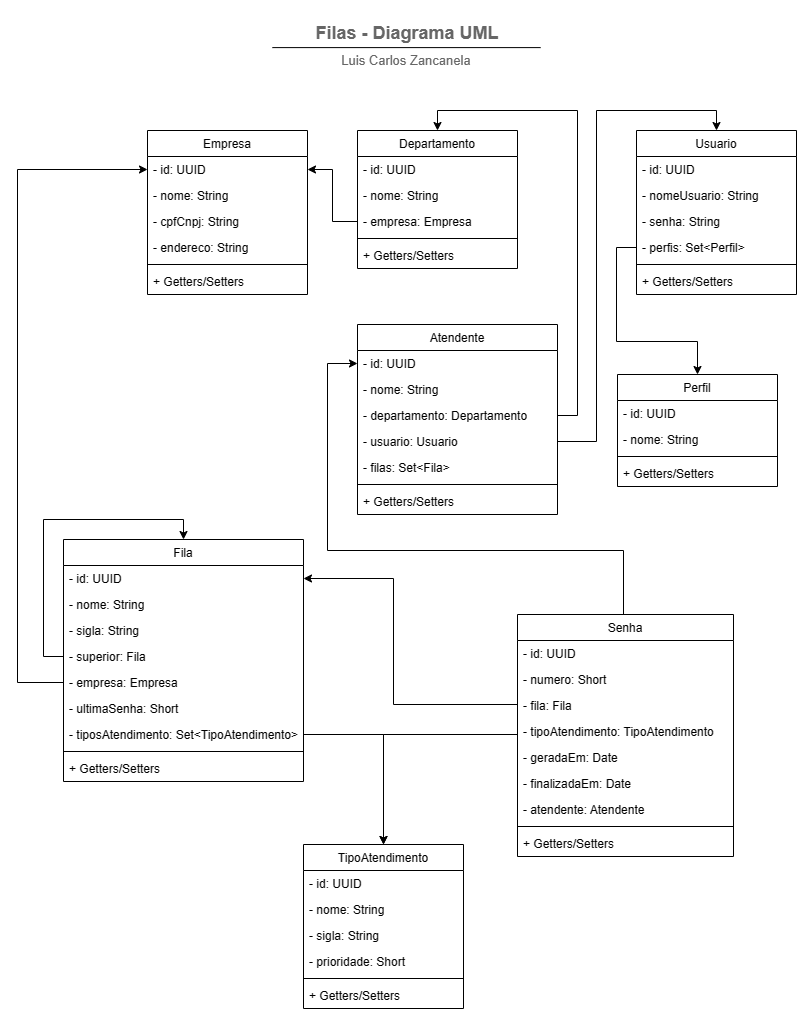
The draw.io diagram docs/uml-diagram.drawio.png in didifive/queue-service-api, before a commit. Source tidied: cells renumbered, new cells last; positions are measured from the earlier drawing's top-left corner, leaving out a move shared by most shapes.
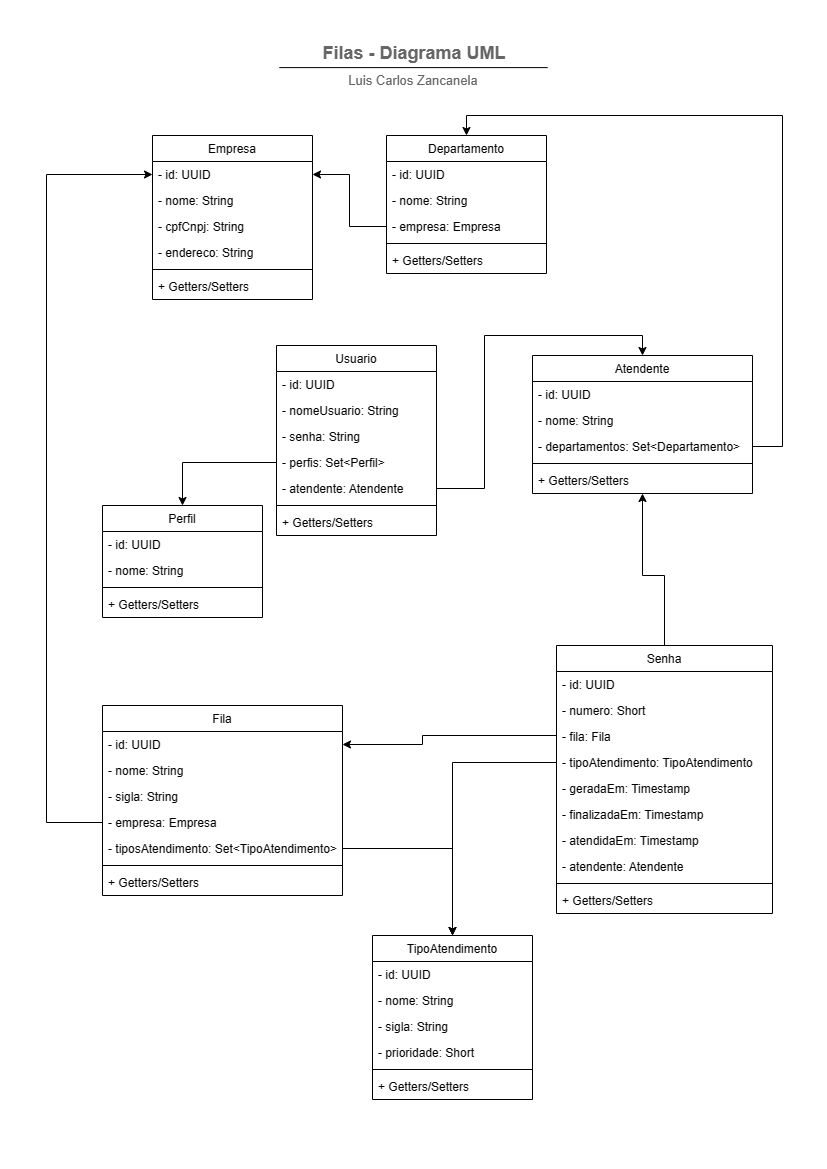
After the commit.

What changed in the source:
```diff
@@ -3,7 +3,7 @@
     <mxCell id="0" />
     <mxCell id="1" parent="0" />
     <mxCell id="2" value="Empresa" style="swimlane;fontStyle=0;align=center;verticalAlign=top;horizontal=1;startSize=26;rounded=0;shadow=0;strokeWidth=1;" parent="1" vertex="1">
-      <mxGeometry x="130" y="120" width="160" height="164" as="geometry" />
+      <mxGeometry x="128" y="105" width="160" height="164" as="geometry" />
     </mxCell>
     <mxCell id="3" value="- id: UUID" style="text;align=left;verticalAlign=top;spacingLeft=4;spacingRight=4;overflow=hidden;points=[[0,0.5],[1,0.5]];portConstraint=eastwest;" parent="2" vertex="1">
       <mxGeometry y="26" width="160" height="26" as="geometry" />
@@ -26,13 +26,13 @@
     <mxCell id="9" style="edgeStyle=orthogonalEdgeStyle;rounded=0;jettySize=auto;html=1;entryX=0;entryY=0.5;entryDx=0;entryDy=0;exitX=0;exitY=0.5;exitDx=0;exitDy=0;" parent="1" edge="1" source="16" target="3">
       <mxGeometry relative="1" as="geometry">
         <Array as="points">
-          <mxPoint y="672" />
-          <mxPoint y="159" />
+          <mxPoint x="22" y="792" />
+          <mxPoint x="22" y="144" />
         </Array>
       </mxGeometry>
     </mxCell>
     <mxCell id="10" value="Fila" style="swimlane;fontStyle=0;align=center;verticalAlign=top;horizontal=1;startSize=26;rounded=0;shadow=0;strokeWidth=1;" parent="1" vertex="1">
-      <mxGeometry x="46" y="529" width="240" height="242" as="geometry" />
+      <mxGeometry x="78" y="675" width="240" height="190" as="geometry" />
     </mxCell>
     <mxCell id="11" value="- id: UUID" style="text;align=left;verticalAlign=top;spacingLeft=4;spacingRight=4;overflow=hidden;points=[[0,0.5],[1,0.5]];portConstraint=eastwest;" parent="10" vertex="1">
       <mxGeometry y="26" width="240" height="26" as="geometry" />
@@ -43,45 +43,28 @@
     <mxCell id="13" value="- sigla: String" style="text;align=left;verticalAlign=top;spacingLeft=4;spacingRight=4;overflow=hidden;rounded=0;shadow=0;html=0;" parent="10" vertex="1">
       <mxGeometry y="78" width="240" height="26" as="geometry" />
     </mxCell>
-    <mxCell id="14" style="edgeStyle=orthogonalEdgeStyle;rounded=0;jettySize=auto;html=1;entryX=0.5;entryY=0;entryDx=0;entryDy=0;" parent="10" edge="1" source="15" target="10">
-      <mxGeometry relative="1" as="geometry">
-        <Array as="points">
-          <mxPoint x="-20" y="117" />
-          <mxPoint x="-20" y="-20" />
-          <mxPoint x="120" y="-20" />
-        </Array>
-      </mxGeometry>
-    </mxCell>
-    <mxCell id="15" value="- superior: Fila" style="text;align=left;verticalAlign=top;spacingLeft=4;spacingRight=4;overflow=hidden;points=[[0,0.5],[1,0.5]];portConstraint=eastwest;rounded=0;shadow=0;html=0;" parent="10" vertex="1">
-      <mxGeometry y="104" width="240" height="26" as="geometry" />
-    </mxCell>
     <mxCell id="16" value="- empresa: Empresa" style="text;align=left;verticalAlign=top;spacingLeft=4;spacingRight=4;overflow=hidden;points=[[0,0.5],[1,0.5]];portConstraint=eastwest;rounded=0;shadow=0;html=0;" parent="10" vertex="1">
-      <mxGeometry y="130" width="240" height="26" as="geometry" />
+      <mxGeometry y="104" width="240" height="26" as="geometry" />
     </mxCell>
-    <mxCell id="17" value="- ultimaSenha: Short" style="text;align=left;verticalAlign=top;spacingLeft=4;spacingRight=4;overflow=hidden;rounded=0;shadow=0;html=0;" parent="10" vertex="1">
-      <mxGeometry y="156" width="240" height="26" as="geometry" />
-    </mxCell>
     <mxCell id="18" value="- tiposAtendimento: Set&lt;TipoAtendimento&gt;" style="text;align=left;verticalAlign=top;spacingLeft=4;spacingRight=4;overflow=hidden;points=[[0,0.5],[1,0.5]];portConstraint=eastwest;rounded=0;shadow=0;html=0;" parent="10" vertex="1">
-      <mxGeometry y="182" width="240" height="26" as="geometry" />
+      <mxGeometry y="130" width="240" height="26" as="geometry" />
     </mxCell>
     <mxCell id="19" style="line;html=1;strokeWidth=1;align=left;verticalAlign=middle;spacingTop=-1;spacingLeft=3;spacingRight=3;labelPosition=right;" parent="10" vertex="1">
-      <mxGeometry y="208" width="240" height="8" as="geometry" />
+      <mxGeometry y="156" width="240" height="8" as="geometry" />
     </mxCell>
     <mxCell id="20" value="+ Getters/Setters" style="text;align=left;verticalAlign=top;spacingLeft=4;spacingRight=4;overflow=hidden;rounded=0;shadow=0;html=0;" parent="10" vertex="1">
-      <mxGeometry y="216" width="240" height="26" as="geometry" />
+      <mxGeometry y="164" width="240" height="26" as="geometry" />
     </mxCell>
-    <mxCell id="21" style="edgeStyle=orthogonalEdgeStyle;rounded=0;jettySize=auto;html=1;entryX=0;entryY=0.5;entryDx=0;entryDy=0;exitX=0.5;exitY=0;exitDx=0;exitDy=0;" parent="1" edge="1" source="22" target="35">
+    <mxCell id="21" style="edgeStyle=orthogonalEdgeStyle;rounded=0;jettySize=auto;html=1;entryX=0.5;entryY=1;entryDx=0;entryDy=0;exitX=0.5;exitY=0;exitDx=0;exitDy=0;" parent="1" edge="1" source="22" target="34">
       <mxGeometry relative="1" as="geometry">
         <Array as="points">
-          <mxPoint x="606" y="614" />
-          <mxPoint x="606" y="540" />
-          <mxPoint x="310" y="540" />
-          <mxPoint x="310" y="353" />
+          <mxPoint x="640" y="545" />
+          <mxPoint x="618" y="545" />
         </Array>
       </mxGeometry>
     </mxCell>
     <mxCell id="22" value="Senha" style="swimlane;fontStyle=0;align=center;verticalAlign=top;horizontal=1;startSize=26;rounded=0;shadow=0;strokeWidth=1;" parent="1" vertex="1">
-      <mxGeometry x="500" y="604" width="216" height="242" as="geometry" />
+      <mxGeometry x="532" y="615" width="216" height="268" as="geometry" />
     </mxCell>
     <mxCell id="23" value="- id: UUID" style="text;align=left;verticalAlign=top;spacingLeft=4;spacingRight=4;overflow=hidden;" parent="22" vertex="1">
       <mxGeometry y="26" width="216" height="26" as="geometry" />
@@ -95,68 +78,44 @@
     <mxCell id="26" value="- tipoAtendimento: TipoAtendimento" style="text;align=left;verticalAlign=top;spacingLeft=4;spacingRight=4;overflow=hidden;points=[[0,0.5],[1,0.5]];portConstraint=eastwest;" parent="22" vertex="1">
       <mxGeometry y="104" width="216" height="26" as="geometry" />
     </mxCell>
-    <mxCell id="27" value="- geradaEm: Date" style="text;align=left;verticalAlign=top;spacingLeft=4;spacingRight=4;overflow=hidden;" parent="22" vertex="1">
+    <mxCell id="27" value="- geradaEm: Timestamp" style="text;align=left;verticalAlign=top;spacingLeft=4;spacingRight=4;overflow=hidden;" parent="22" vertex="1">
       <mxGeometry y="130" width="216" height="26" as="geometry" />
     </mxCell>
-    <mxCell id="28" value="- finalizadaEm: Date" style="text;align=left;verticalAlign=top;spacingLeft=4;spacingRight=4;overflow=hidden;" parent="22" vertex="1">
+    <mxCell id="28" value="- finalizadaEm: Timestamp" style="text;align=left;verticalAlign=top;spacingLeft=4;spacingRight=4;overflow=hidden;" parent="22" vertex="1">
       <mxGeometry y="156" width="216" height="26" as="geometry" />
     </mxCell>
+    <mxCell id="76" value="- atendidaEm: Timestamp" style="text;align=left;verticalAlign=top;spacingLeft=4;spacingRight=4;overflow=hidden;" parent="22" vertex="1">
+      <mxGeometry y="182" width="216" height="26" as="geometry" />
+    </mxCell>
     <mxCell id="29" value="- atendente: Atendente" style="text;align=left;verticalAlign=top;spacingLeft=4;spacingRight=4;overflow=hidden;" parent="22" vertex="1">
-      <mxGeometry y="182" width="216" height="26" as="geometry" />
+      <mxGeometry y="208" width="216" height="26" as="geometry" />
     </mxCell>
     <mxCell id="30" style="line;html=1;strokeWidth=1;align=left;verticalAlign=middle;spacingTop=-1;spacingLeft=3;spacingRight=3;labelPosition=right;" parent="22" vertex="1">
-      <mxGeometry y="208" width="216" height="8" as="geometry" />
+      <mxGeometry y="234" width="216" height="8" as="geometry" />
     </mxCell>
     <mxCell id="31" value="+ Getters/Setters" style="text;align=left;verticalAlign=top;spacingLeft=4;spacingRight=4;overflow=hidden;rounded=0;shadow=0;html=0;" parent="22" vertex="1">
-      <mxGeometry y="216" width="216" height="26" as="geometry" />
+      <mxGeometry y="242" width="216" height="26" as="geometry" />
     </mxCell>
-    <mxCell id="32" style="edgeStyle=orthogonalEdgeStyle;rounded=0;jettySize=auto;html=1;entryX=0.5;entryY=0;entryDx=0;entryDy=0;exitX=1;exitY=0.5;exitDx=0;exitDy=0;" parent="1" edge="1" source="38" target="43">
-      <mxGeometry relative="1" as="geometry">
-        <Array as="points">
-          <mxPoint x="579" y="431" />
-          <mxPoint x="579" y="100" />
-          <mxPoint x="699" y="100" />
-        </Array>
-      </mxGeometry>
-    </mxCell>
-    <mxCell id="33" style="edgeStyle=orthogonalEdgeStyle;rounded=0;jettySize=auto;html=1;entryX=0.5;entryY=0;entryDx=0;entryDy=0;exitX=1;exitY=0.5;exitDx=0;exitDy=0;" parent="1" edge="1" source="37" target="57">
-      <mxGeometry relative="1" as="geometry" />
-    </mxCell>
     <mxCell id="34" value="Atendente" style="swimlane;fontStyle=0;align=center;verticalAlign=top;horizontal=1;startSize=26;rounded=0;shadow=0;strokeWidth=1;" parent="1" vertex="1">
-      <mxGeometry x="340" y="314" width="200" height="190" as="geometry" />
+      <mxGeometry x="508" y="325" width="220" height="138" as="geometry" />
     </mxCell>
     <mxCell id="35" value="- id: UUID" style="text;align=left;verticalAlign=top;spacingLeft=4;spacingRight=4;overflow=hidden;points=[[0,0.5],[1,0.5]];portConstraint=eastwest;" parent="34" vertex="1">
-      <mxGeometry y="26" width="200" height="26" as="geometry" />
+      <mxGeometry y="26" width="220" height="26" as="geometry" />
     </mxCell>
     <mxCell id="36" value="- nome: String" style="text;align=left;verticalAlign=top;spacingLeft=4;spacingRight=4;overflow=hidden;" parent="34" vertex="1">
-      <mxGeometry y="52" width="200" height="26" as="geometry" />
+      <mxGeometry y="52" width="220" height="26" as="geometry" />
     </mxCell>
-    <mxCell id="37" value="- departamento: Departamento" style="text;align=left;verticalAlign=top;spacingLeft=4;spacingRight=4;overflow=hidden;points=[[0,0.5],[1,0.5]];portConstraint=eastwest;rounded=0;shadow=0;html=0;" parent="34" vertex="1">
-      <mxGeometry y="78" width="200" height="26" as="geometry" />
+    <mxCell id="37" value="- departamentos: Set&lt;Departamento&gt;" style="text;align=left;verticalAlign=top;spacingLeft=4;spacingRight=4;overflow=hidden;points=[[0,0.5],[1,0.5]];portConstraint=eastwest;rounded=0;shadow=0;html=0;" parent="34" vertex="1">
+      <mxGeometry y="78" width="220" height="26" as="geometry" />
     </mxCell>
-    <mxCell id="38" value="- usuario: Usuario" style="text;align=left;verticalAlign=top;spacingLeft=4;spacingRight=4;overflow=hidden;points=[[0,0.5],[1,0.5]];portConstraint=eastwest;rounded=0;shadow=0;html=0;" parent="34" vertex="1">
-      <mxGeometry y="104" width="200" height="26" as="geometry" />
-    </mxCell>
-    <mxCell id="39" value="- filas: Set&lt;Fila&gt;" style="text;align=left;verticalAlign=top;spacingLeft=4;spacingRight=4;overflow=hidden;rounded=0;shadow=0;html=0;" parent="34" vertex="1">
-      <mxGeometry y="130" width="200" height="26" as="geometry" />
-    </mxCell>
     <mxCell id="40" style="line;html=1;strokeWidth=1;align=left;verticalAlign=middle;spacingTop=-1;spacingLeft=3;spacingRight=3;labelPosition=right;" parent="34" vertex="1">
-      <mxGeometry y="156" width="200" height="8" as="geometry" />
+      <mxGeometry y="104" width="220" height="8" as="geometry" />
     </mxCell>
     <mxCell id="41" value="+ Getters/Setters" style="text;align=left;verticalAlign=top;spacingLeft=4;spacingRight=4;overflow=hidden;rounded=0;shadow=0;html=0;" parent="34" vertex="1">
-      <mxGeometry y="164" width="200" height="26" as="geometry" />
+      <mxGeometry y="112" width="220" height="26" as="geometry" />
     </mxCell>
-    <mxCell id="42" style="edgeStyle=orthogonalEdgeStyle;rounded=0;jettySize=auto;html=1;entryX=0.5;entryY=0;entryDx=0;entryDy=0;exitX=0;exitY=0.5;exitDx=0;exitDy=0;" parent="1" edge="1" source="47" target="50">
-      <mxGeometry relative="1" as="geometry">
-        <Array as="points">
-          <mxPoint x="599" y="237" />
-          <mxPoint x="599" y="331" />
-          <mxPoint x="680" y="331" />
-        </Array>
-      </mxGeometry>
-    </mxCell>
     <mxCell id="43" value="Usuario" style="swimlane;fontStyle=0;align=center;verticalAlign=top;horizontal=1;startSize=26;rounded=0;shadow=0;strokeWidth=1;" parent="1" vertex="1">
-      <mxGeometry x="619" y="120" width="160" height="164" as="geometry" />
+      <mxGeometry x="252" y="315" width="160" height="190" as="geometry" />
     </mxCell>
     <mxCell id="44" value="- id: UUID" style="text;align=left;verticalAlign=top;spacingLeft=4;spacingRight=4;overflow=hidden;" parent="43" vertex="1">
       <mxGeometry y="26" width="160" height="26" as="geometry" />
@@ -170,14 +129,17 @@
     <mxCell id="47" value="- perfis: Set&lt;Perfil&gt;" style="text;align=left;verticalAlign=top;spacingLeft=4;spacingRight=4;overflow=hidden;points=[[0,0.5],[1,0.5]];portConstraint=eastwest;rounded=0;shadow=0;html=0;" parent="43" vertex="1">
       <mxGeometry y="104" width="160" height="26" as="geometry" />
     </mxCell>
+    <mxCell id="77" value="- atendente: Atendente" style="text;align=left;verticalAlign=top;spacingLeft=4;spacingRight=4;overflow=hidden;points=[[0,0.5],[1,0.5]];portConstraint=eastwest;rounded=0;shadow=0;html=0;" parent="43" vertex="1">
+      <mxGeometry y="130" width="160" height="26" as="geometry" />
+    </mxCell>
     <mxCell id="48" style="line;html=1;strokeWidth=1;align=left;verticalAlign=middle;spacingTop=-1;spacingLeft=3;spacingRight=3;labelPosition=right;" parent="43" vertex="1">
-      <mxGeometry y="130" width="160" height="8" as="geometry" />
+      <mxGeometry y="156" width="160" height="8" as="geometry" />
     </mxCell>
     <mxCell id="49" value="+ Getters/Setters" style="text;align=left;verticalAlign=top;spacingLeft=4;spacingRight=4;overflow=hidden;rounded=0;shadow=0;html=0;" parent="43" vertex="1">
-      <mxGeometry y="138" width="160" height="26" as="geometry" />
+      <mxGeometry y="164" width="160" height="26" as="geometry" />
     </mxCell>
     <mxCell id="50" value="Perfil" style="swimlane;fontStyle=0;align=center;verticalAlign=top;horizontal=1;startSize=26;rounded=0;shadow=0;strokeWidth=1;" parent="1" vertex="1">
-      <mxGeometry x="600" y="364" width="160" height="112" as="geometry" />
+      <mxGeometry x="78" y="475" width="160" height="112" as="geometry" />
     </mxCell>
     <mxCell id="51" value="- id: UUID" style="text;align=left;verticalAlign=top;spacingLeft=4;spacingRight=4;overflow=hidden;" parent="50" vertex="1">
       <mxGeometry y="26" width="160" height="26" as="geometry" />
@@ -194,9 +156,9 @@
     <mxCell id="55" style="edgeStyle=orthogonalEdgeStyle;rounded=0;jettySize=auto;html=1;entryX=1;entryY=0.5;entryDx=0;entryDy=0;exitX=0;exitY=0.5;exitDx=0;exitDy=0;" parent="1" edge="1" source="25" target="11">
       <mxGeometry relative="1" as="geometry">
         <Array as="points">
-          <mxPoint x="500" y="694" />
-          <mxPoint x="376" y="694" />
-          <mxPoint x="376" y="568" />
+          <mxPoint x="532" y="705" />
+          <mxPoint x="398" y="705" />
+          <mxPoint x="398" y="714" />
         </Array>
       </mxGeometry>
     </mxCell>
@@ -204,7 +166,7 @@
       <mxGeometry relative="1" as="geometry" />
     </mxCell>
     <mxCell id="57" value="Departamento" style="swimlane;fontStyle=0;align=center;verticalAlign=top;horizontal=1;startSize=26;rounded=0;shadow=0;strokeWidth=1;" parent="1" vertex="1">
-      <mxGeometry x="340" y="120" width="160" height="138" as="geometry" />
+      <mxGeometry x="362" y="105" width="160" height="138" as="geometry" />
     </mxCell>
     <mxCell id="58" value="- id: UUID" style="text;align=left;verticalAlign=top;spacingLeft=4;spacingRight=4;overflow=hidden;" parent="57" vertex="1">
       <mxGeometry y="26" width="160" height="26" as="geometry" />
@@ -234,7 +196,7 @@
       <mxGeometry x="15.9" y="31" width="268.3" height="12.2" as="geometry" />
     </mxCell>
     <mxCell id="67" value="TipoAtendimento" style="swimlane;fontStyle=0;align=center;verticalAlign=top;horizontal=1;startSize=26;rounded=0;shadow=0;strokeWidth=1;" parent="1" vertex="1">
-      <mxGeometry x="286" y="834" width="160" height="164" as="geometry" />
+      <mxGeometry x="348" y="905" width="160" height="164" as="geometry" />
     </mxCell>
     <mxCell id="68" value="- id: UUID" style="text;align=left;verticalAlign=top;spacingLeft=4;spacingRight=4;overflow=hidden;" parent="67" vertex="1">
       <mxGeometry y="26" width="160" height="26" as="geometry" />
@@ -257,12 +219,23 @@
     <mxCell id="74" style="edgeStyle=orthogonalEdgeStyle;rounded=0;jettySize=auto;html=1;entryX=0.5;entryY=0;entryDx=0;entryDy=0;" parent="1" edge="1" source="18" target="67">
       <mxGeometry relative="1" as="geometry" />
     </mxCell>
+    <mxCell id="42" style="edgeStyle=orthogonalEdgeStyle;rounded=0;jettySize=auto;html=1;startArrow=none;startFill=0;endArrow=classic;endFill=1;" parent="1" edge="1" source="47" target="50">
+      <mxGeometry relative="1" as="geometry" />
+    </mxCell>
+    <mxCell id="33" style="edgeStyle=orthogonalEdgeStyle;rounded=0;jettySize=auto;html=1;entryX=0.5;entryY=0;entryDx=0;entryDy=0;startArrow=none;startFill=0;endArrow=classic;endFill=1;" parent="1" edge="1" source="37" target="57">
+      <mxGeometry relative="1" as="geometry">
+        <Array as="points">
+          <mxPoint x="758" y="416" />
+          <mxPoint x="758" y="85" />
+          <mxPoint x="442" y="85" />
+        </Array>
+      </mxGeometry>
+    </mxCell>
+    <mxCell id="78" style="edgeStyle=orthogonalEdgeStyle;rounded=0;jettySize=auto;html=1;entryX=0.5;entryY=0;entryDx=0;entryDy=0;startArrow=none;startFill=0;endArrow=classic;endFill=1;" parent="1" edge="1" source="77" target="34">
+      <mxGeometry relative="1" as="geometry" />
+    </mxCell>
-    <mxCell id="75" style="edgeStyle=orthogonalEdgeStyle;rounded=0;jettySize=auto;html=1;entryX=0.5;entryY=0;entryDx=0;entryDy=0;" parent="1" edge="1" source="26" target="67">
-      <mxGeometry relative="1" as="geometry">
-        <Array as="points">
-          <mxPoint x="366" y="724" />
-        </Array>
-      </mxGeometry>
+    <mxCell id="75" style="edgeStyle=orthogonalEdgeStyle;rounded=0;jettySize=auto;html=1;entryX=0.5;entryY=0;entryDx=0;entryDy=0;startArrow=none;startFill=0;endArrow=classic;endFill=1;" parent="1" edge="1" source="26" target="67">
+      <mxGeometry relative="1" as="geometry" />
     </mxCell>
   </root>
 </mxGraphModel>
```
